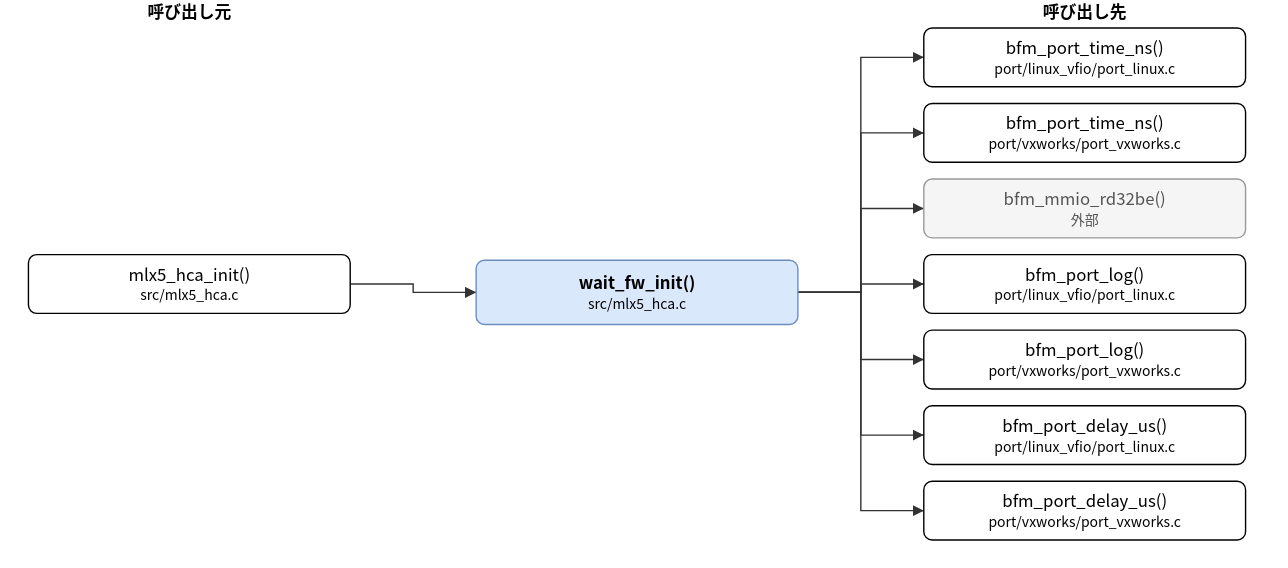
hf355051012-ai/bfmem keeps this draw.io diagram as doc/spec/images/call_src_mlx5_hca-wait_fw_init.drawio.svg. Above is the earlier version. Source tidied: cells renumbered, new cells last; positions are measured from the earlier drawing's top-left corner, leaving out a move shared by most shapes. Its diagram source:
```xml
<mxGraphModel>
  <root>
    <mxCell id="0" />
    <mxCell id="1" parent="0" />
    <mxCell id="2" value="wait_fw_init()&lt;br&gt;&lt;font style=&quot;font-size:10px&quot;&gt;src/mlx5_hca.c&lt;/font&gt;" style="rounded=1;whiteSpace=wrap;html=1;fillColor=#dae8fc;strokeColor=#6c8ebf;fontStyle=1;" parent="1" vertex="1">
      <mxGeometry x="320" y="186" width="230" height="46" as="geometry" />
    </mxCell>
    <mxCell id="3" value="mlx5_hca_init()&lt;br&gt;&lt;font style=&quot;font-size:10px&quot;&gt;src/mlx5_hca.c&lt;/font&gt;" style="rounded=1;whiteSpace=wrap;html=1;" parent="1" vertex="1">
      <mxGeometry y="182" width="230" height="42" as="geometry" />
    </mxCell>
    <mxCell id="4" value="bfm_port_time_ns()&lt;br&gt;&lt;font style=&quot;font-size:10px&quot;&gt;port/linux_vfio/port_linux.c&lt;/font&gt;" style="rounded=1;whiteSpace=wrap;html=1;" parent="1" vertex="1">
      <mxGeometry x="640" y="20" width="230" height="42" as="geometry" />
    </mxCell>
    <mxCell id="5" value="bfm_port_time_ns()&lt;br&gt;&lt;font style=&quot;font-size:10px&quot;&gt;port/vxworks/port_vxworks.c&lt;/font&gt;" style="rounded=1;whiteSpace=wrap;html=1;" parent="1" vertex="1">
      <mxGeometry x="640" y="74" width="230" height="42" as="geometry" />
    </mxCell>
    <mxCell id="6" value="bfm_mmio_rd32be()&lt;br&gt;&lt;font style=&quot;font-size:10px&quot;&gt;外部&lt;/font&gt;" style="rounded=1;whiteSpace=wrap;html=1;fillColor=#f5f5f5;strokeColor=#999999;fontColor=#555555;" parent="1" vertex="1">
      <mxGeometry x="640" y="128" width="230" height="42" as="geometry" />
    </mxCell>
    <mxCell id="7" value="bfm_port_log()&lt;br&gt;&lt;font style=&quot;font-size:10px&quot;&gt;port/linux_vfio/port_linux.c&lt;/font&gt;" style="rounded=1;whiteSpace=wrap;html=1;" parent="1" vertex="1">
      <mxGeometry x="640" y="182" width="230" height="42" as="geometry" />
    </mxCell>
    <mxCell id="8" value="bfm_port_log()&lt;br&gt;&lt;font style=&quot;font-size:10px&quot;&gt;port/vxworks/port_vxworks.c&lt;/font&gt;" style="rounded=1;whiteSpace=wrap;html=1;" parent="1" vertex="1">
      <mxGeometry x="640" y="236" width="230" height="42" as="geometry" />
    </mxCell>
    <mxCell id="9" value="bfm_port_delay_us()&lt;br&gt;&lt;font style=&quot;font-size:10px&quot;&gt;port/linux_vfio/port_linux.c&lt;/font&gt;" style="rounded=1;whiteSpace=wrap;html=1;" parent="1" vertex="1">
      <mxGeometry x="640" y="290" width="230" height="42" as="geometry" />
    </mxCell>
    <mxCell id="10" value="bfm_port_delay_us()&lt;br&gt;&lt;font style=&quot;font-size:10px&quot;&gt;port/vxworks/port_vxworks.c&lt;/font&gt;" style="rounded=1;whiteSpace=wrap;html=1;" parent="1" vertex="1">
      <mxGeometry x="640" y="344" width="230" height="42" as="geometry" />
    </mxCell>
    <mxCell id="11" style="edgeStyle=none;html=1;rounded=0;endArrow=block;endFill=1;exitX=1.0000;exitY=0.5000;exitDx=0;exitDy=0;exitPerimeter=0;entryX=0.0000;entryY=0.5000;entryDx=0;entryDy=0;entryPerimeter=0;" parent="1" edge="1" source="3" target="2">
      <mxGeometry relative="1" as="geometry">
        <Array as="points">
          <mxPoint x="275" y="203" />
          <mxPoint x="275" y="209" />
        </Array>
      </mxGeometry>
    </mxCell>
    <mxCell id="12" style="edgeStyle=none;html=1;rounded=0;endArrow=block;endFill=1;exitX=1.0000;exitY=0.5000;exitDx=0;exitDy=0;exitPerimeter=0;entryX=0.0000;entryY=0.5000;entryDx=0;entryDy=0;entryPerimeter=0;" parent="1" edge="1" source="2" target="4">
      <mxGeometry relative="1" as="geometry">
        <Array as="points">
          <mxPoint x="595" y="209" />
          <mxPoint x="595" y="41" />
        </Array>
      </mxGeometry>
    </mxCell>
    <mxCell id="13" style="edgeStyle=none;html=1;rounded=0;endArrow=block;endFill=1;exitX=1.0000;exitY=0.5000;exitDx=0;exitDy=0;exitPerimeter=0;entryX=0.0000;entryY=0.5000;entryDx=0;entryDy=0;entryPerimeter=0;" parent="1" edge="1" source="2" target="5">
      <mxGeometry relative="1" as="geometry">
        <Array as="points">
          <mxPoint x="595" y="209" />
          <mxPoint x="595" y="95" />
        </Array>
      </mxGeometry>
    </mxCell>
    <mxCell id="14" style="edgeStyle=none;html=1;rounded=0;endArrow=block;endFill=1;exitX=1.0000;exitY=0.5000;exitDx=0;exitDy=0;exitPerimeter=0;entryX=0.0000;entryY=0.5000;entryDx=0;entryDy=0;entryPerimeter=0;" parent="1" edge="1" source="2" target="6">
      <mxGeometry relative="1" as="geometry">
        <Array as="points">
          <mxPoint x="595" y="209" />
          <mxPoint x="595" y="149" />
        </Array>
      </mxGeometry>
    </mxCell>
    <mxCell id="15" style="edgeStyle=none;html=1;rounded=0;endArrow=block;endFill=1;exitX=1.0000;exitY=0.5000;exitDx=0;exitDy=0;exitPerimeter=0;entryX=0.0000;entryY=0.5000;entryDx=0;entryDy=0;entryPerimeter=0;" parent="1" edge="1" source="2" target="7">
      <mxGeometry relative="1" as="geometry">
        <Array as="points">
          <mxPoint x="595" y="209" />
          <mxPoint x="595" y="203" />
        </Array>
      </mxGeometry>
    </mxCell>
    <mxCell id="16" style="edgeStyle=none;html=1;rounded=0;endArrow=block;endFill=1;exitX=1.0000;exitY=0.5000;exitDx=0;exitDy=0;exitPerimeter=0;entryX=0.0000;entryY=0.5000;entryDx=0;entryDy=0;entryPerimeter=0;" parent="1" edge="1" source="2" target="8">
      <mxGeometry relative="1" as="geometry">
        <Array as="points">
          <mxPoint x="595" y="209" />
          <mxPoint x="595" y="257" />
        </Array>
      </mxGeometry>
    </mxCell>
    <mxCell id="17" style="edgeStyle=none;html=1;rounded=0;endArrow=block;endFill=1;exitX=1.0000;exitY=0.5000;exitDx=0;exitDy=0;exitPerimeter=0;entryX=0.0000;entryY=0.5000;entryDx=0;entryDy=0;entryPerimeter=0;" parent="1" edge="1" source="2" target="9">
      <mxGeometry relative="1" as="geometry">
        <Array as="points">
          <mxPoint x="595" y="209" />
          <mxPoint x="595" y="311" />
        </Array>
      </mxGeometry>
    </mxCell>
    <mxCell id="18" style="edgeStyle=none;html=1;rounded=0;endArrow=block;endFill=1;exitX=1.0000;exitY=0.5000;exitDx=0;exitDy=0;exitPerimeter=0;entryX=0.0000;entryY=0.5000;entryDx=0;entryDy=0;entryPerimeter=0;" parent="1" edge="1" source="2" target="10">
      <mxGeometry relative="1" as="geometry">
        <Array as="points">
          <mxPoint x="595" y="209" />
          <mxPoint x="595" y="365" />
        </Array>
      </mxGeometry>
    </mxCell>
    <mxCell id="19" value="呼び出し元" style="text;html=1;align=center;fontStyle=1;" parent="1" vertex="1">
      <mxGeometry x="35" width="160" height="18" as="geometry" />
    </mxCell>
    <mxCell id="20" value="呼び出し先" style="text;html=1;align=center;fontStyle=1;" parent="1" vertex="1">
      <mxGeometry x="675" width="160" height="18" as="geometry" />
    </mxCell>
  </root>
</mxGraphModel>
```
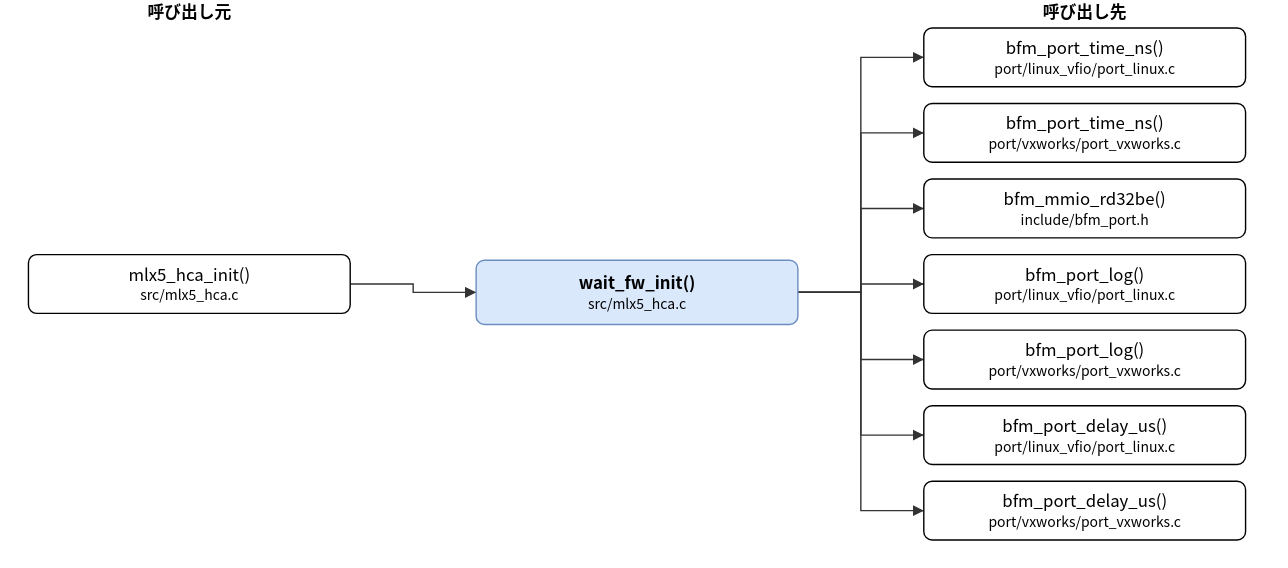
After the change.

Change to the diagram source:
```diff
@@ -14,7 +14,7 @@
     <mxCell id="5" value="bfm_port_time_ns()&lt;br&gt;&lt;font style=&quot;font-size:10px&quot;&gt;port/vxworks/port_vxworks.c&lt;/font&gt;" style="rounded=1;whiteSpace=wrap;html=1;" parent="1" vertex="1">
       <mxGeometry x="640" y="74" width="230" height="42" as="geometry" />
     </mxCell>
-    <mxCell id="6" value="bfm_mmio_rd32be()&lt;br&gt;&lt;font style=&quot;font-size:10px&quot;&gt;外部&lt;/font&gt;" style="rounded=1;whiteSpace=wrap;html=1;fillColor=#f5f5f5;strokeColor=#999999;fontColor=#555555;" parent="1" vertex="1">
+    <mxCell id="6" value="bfm_mmio_rd32be()&lt;br&gt;&lt;font style=&quot;font-size:10px&quot;&gt;include/bfm_port.h&lt;/font&gt;" style="rounded=1;whiteSpace=wrap;html=1;" parent="1" vertex="1">
       <mxGeometry x="640" y="128" width="230" height="42" as="geometry" />
     </mxCell>
     <mxCell id="7" value="bfm_port_log()&lt;br&gt;&lt;font style=&quot;font-size:10px&quot;&gt;port/linux_vfio/port_linux.c&lt;/font&gt;" style="rounded=1;whiteSpace=wrap;html=1;" parent="1" vertex="1">
```
